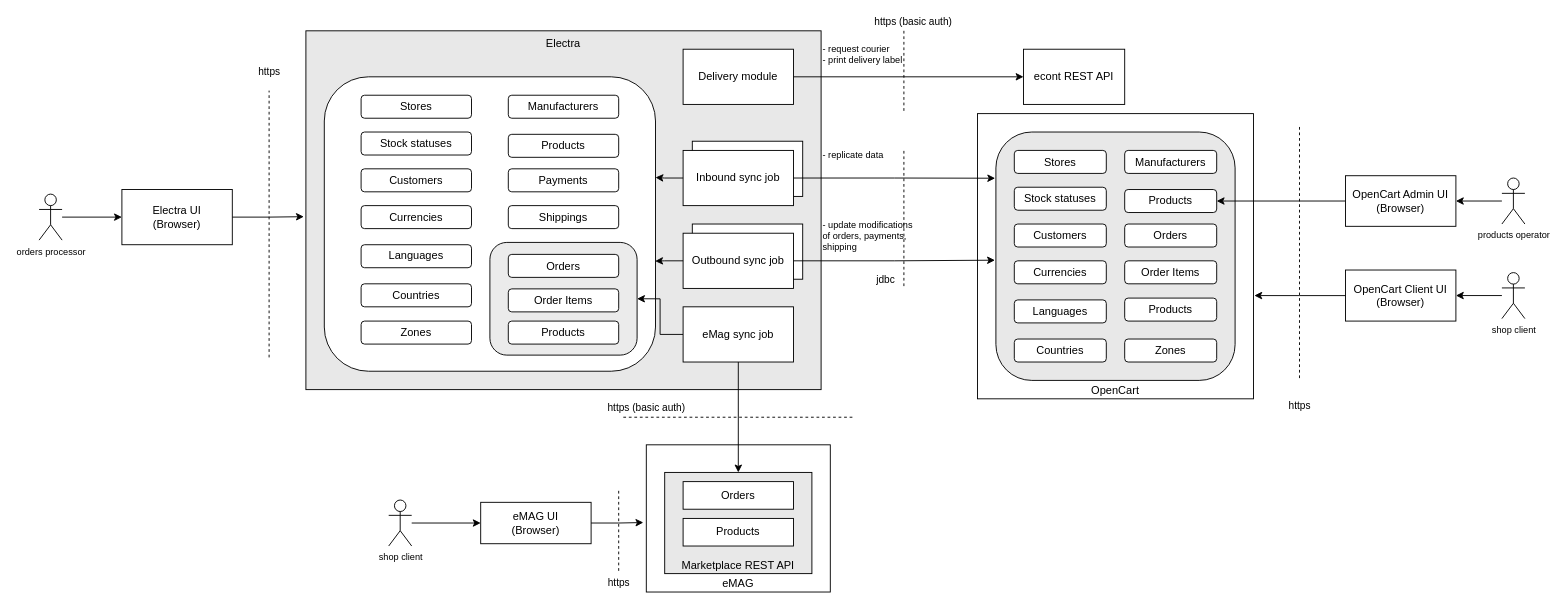
Above: misc/design/electra.drawio in codbex/codbex-electra (draw.io), before the change. Source tidied: cells renumbered, new cells numbered last; positions are measured from the earlier drawing's top-left corner, leaving out a move shared by most shapes. Both pictures are drawn from the tidied source at 92%, with x=0, y=0 at pixel (39, 30).
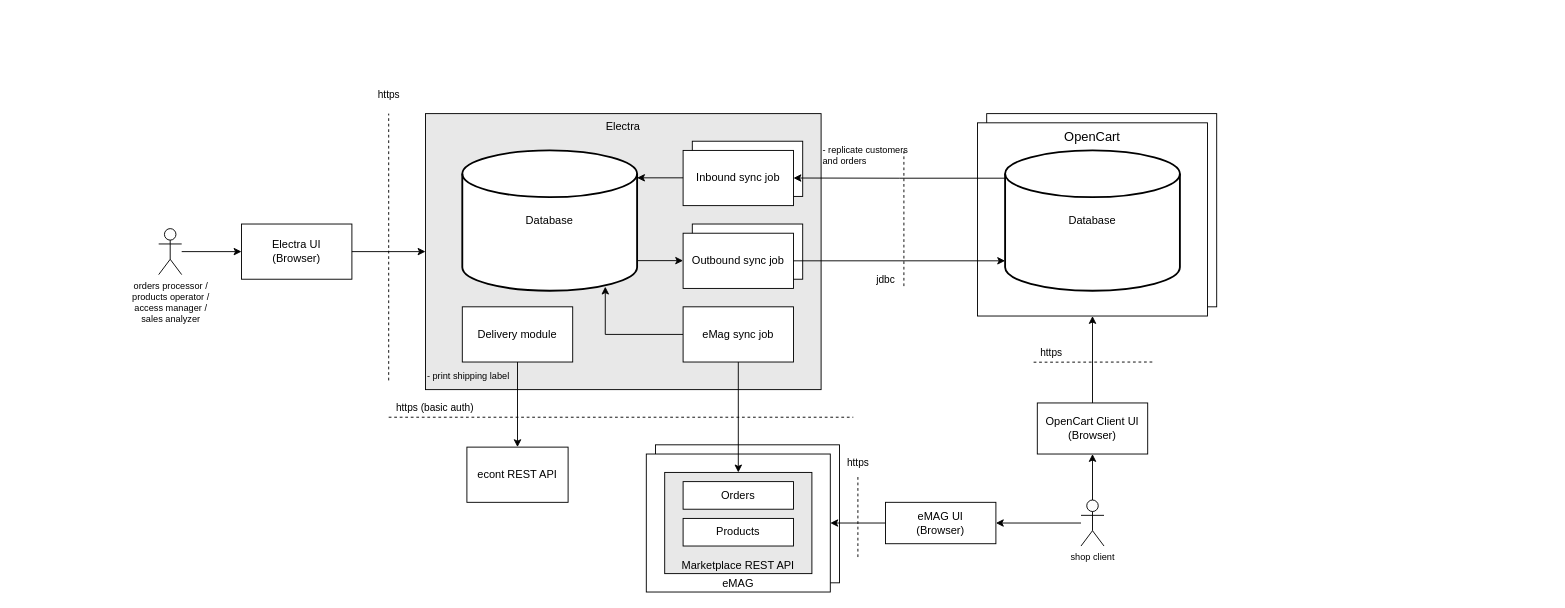
After the change.

The change refers to these unchanged cells:
```xml
<mxCell id="17" value="Inbound sync job" style="rounded=0;whiteSpace=wrap;html=1;" parent="1" vertex="1">
  <mxGeometry x="700" y="130" width="120" height="60" as="geometry" />
</mxCell>
<mxCell id="20" value="eMag sync job" style="rounded=0;whiteSpace=wrap;html=1;" parent="1" vertex="1">
  <mxGeometry x="700" y="300" width="120" height="60" as="geometry" />
</mxCell>
```

Diff of the diagram source:
```diff
@@
+    <mxCell id="76" style="rounded=0;whiteSpace=wrap;html=1;verticalAlign=bottom;" parent="1" vertex="1">
+      <mxGeometry x="670" y="450" width="200" height="150" as="geometry" />
+    </mxCell>
+    <mxCell id="77" style="rounded=0;whiteSpace=wrap;html=1;verticalAlign=bottom;" parent="1" vertex="1">
+      <mxGeometry x="1030" y="90" width="250" height="210" as="geometry" />
+    </mxCell>
     <mxCell id="2" value="Electra" style="rounded=0;whiteSpace=wrap;html=1;verticalAlign=top;labelBackgroundColor=none;fillColor=#E8E8E8;strokeColor=default;gradientColor=none;" parent="1" vertex="1">
-      <mxGeometry x="290" width="560" height="390" as="geometry" />
+      <mxGeometry x="420" y="90" width="430" height="300" as="geometry" />
     </mxCell>
-    <mxCell id="3" style="rounded=1;whiteSpace=wrap;html=1;verticalAlign=top;fillColor=default;" parent="1" vertex="1">
-      <mxGeometry x="310" y="50" width="360" height="320" as="geometry" />
-    </mxCell>
@@
     <mxCell id="6" value="eMAG" style="rounded=0;whiteSpace=wrap;html=1;verticalAlign=bottom;" parent="1" vertex="1">
-      <mxGeometry x="660" y="450" width="200" height="160" as="geometry" />
+      <mxGeometry x="660" y="460" width="200" height="150" as="geometry" />
     </mxCell>
@@
-    <mxCell id="10" style="rounded=1;whiteSpace=wrap;html=1;verticalAlign=top;fillColor=#EBEBEB;gradientColor=none;" parent="1" vertex="1">
-      <mxGeometry x="490" y="230" width="160" height="122.5" as="geometry" />
-    </mxCell>
+    <mxCell id="15" value="Outbound sync job" style="rounded=0;whiteSpace=wrap;html=1;" parent="1" vertex="1">
+      <mxGeometry x="700" y="220" width="120" height="60" as="geometry" />
+    </mxCell>
-    <mxCell id="11" value="OpenCart" style="rounded=0;whiteSpace=wrap;html=1;verticalAlign=bottom;" parent="1" vertex="1">
-      <mxGeometry x="1020" y="90" width="300" height="310" as="geometry" />
+    <mxCell id="11" value="OpenCart" style="rounded=0;whiteSpace=wrap;html=1;verticalAlign=top;fontSize=14;" parent="1" vertex="1">
+      <mxGeometry x="1020" y="100" width="250" height="210" as="geometry" />
     </mxCell>
-    <mxCell id="12" style="edgeStyle=orthogonalEdgeStyle;rounded=0;jettySize=auto;html=1;entryX=1;entryY=0.5;entryDx=0;entryDy=0;" parent="1" edge="1" source="13" target="73">
-      <mxGeometry relative="1" as="geometry" />
-    </mxCell>
-    <mxCell id="13" value="products operator" style="shape=umlActor;verticalLabelPosition=bottom;verticalAlign=top;html=1;outlineConnect=0;fontSize=10;" parent="1" vertex="1">
-      <mxGeometry x="1590" y="160" width="25" height="50" as="geometry" />
-    </mxCell>
-    <mxCell id="14" style="edgeStyle=orthogonalEdgeStyle;rounded=0;jettySize=auto;html=1;entryX=-0.004;entryY=0.516;entryDx=0;entryDy=0;entryPerimeter=0;" parent="1" edge="1" source="15" target="55">
-      <mxGeometry relative="1" as="geometry" />
-    </mxCell>
-    <mxCell id="15" value="Outbound sync job" style="rounded=0;whiteSpace=wrap;html=1;" parent="1" vertex="1">
-      <mxGeometry x="700" y="220" width="120" height="60" as="geometry" />
-    </mxCell>
-    <mxCell id="16" style="edgeStyle=orthogonalEdgeStyle;rounded=0;jettySize=auto;html=1;entryX=-0.003;entryY=0.186;entryDx=0;entryDy=0;entryPerimeter=0;" parent="1" edge="1" source="17" target="55">
-      <mxGeometry x="0.09" y="20" relative="1" as="geometry" />
-    </mxCell>
@@
-    <mxCell id="19" style="edgeStyle=orthogonalEdgeStyle;rounded=0;jettySize=auto;html=1;entryX=1;entryY=0.5;entryDx=0;entryDy=0;" parent="1" edge="1" source="20" target="10">
+    <mxCell id="19" style="edgeStyle=orthogonalEdgeStyle;rounded=0;jettySize=auto;html=1;entryX=0.818;entryY=0.971;entryDx=0;entryDy=0;entryPerimeter=0;" parent="1" edge="1" source="20" target="82">
       <mxGeometry relative="1" as="geometry" />
     </mxCell>
@@
     <mxCell id="21" value="Electra UI&lt;br&gt;(Browser)" style="rounded=0;whiteSpace=wrap;html=1;" parent="1" vertex="1">
-      <mxGeometry x="90" y="172.5" width="120" height="60" as="geometry" />
+      <mxGeometry x="220" y="210" width="120" height="60" as="geometry" />
     </mxCell>
     <mxCell id="22" value="https" style="endArrow=none;dashed=1;html=1;rounded=0;verticalAlign=middle;" parent="1" edge="1">
       <mxGeometry x="1" y="20" relative="1" as="geometry">
-        <mxPoint x="250" y="355" as="sourcePoint" />
-        <mxPoint x="250" y="65" as="targetPoint" />
+        <mxPoint x="380" y="380" as="sourcePoint" />
+        <mxPoint x="380" y="90" as="targetPoint" />
         <mxPoint x="20" y="-20" as="offset" />
       </mxGeometry>
     </mxCell>
     <mxCell id="23" value="https" style="endArrow=none;dashed=1;html=1;rounded=0;verticalAlign=middle;" parent="1" edge="1">
-      <mxGeometry x="-1" y="-30" relative="1" as="geometry">
-        <mxPoint x="1370" y="377.5" as="sourcePoint" />
-        <mxPoint x="1370" y="102.5" as="targetPoint" />
-        <mxPoint x="-30" y="30" as="offset" />
+      <mxGeometry x="0.69" y="-10" relative="1" as="geometry">
+        <mxPoint x="1210" y="360" as="sourcePoint" />
+        <mxPoint x="1080" y="360.2" as="targetPoint" />
       </mxGeometry>
     </mxCell>
@@
     <mxCell id="25" value="https (basic auth)" style="endArrow=none;dashed=1;html=1;rounded=0;verticalAlign=middle;" parent="1" edge="1">
       <mxGeometry x="-0.8" y="10" relative="1" as="geometry">
-        <mxPoint x="635" y="420" as="sourcePoint" />
+        <mxPoint x="380" y="420" as="sourcePoint" />
         <mxPoint x="885" y="420" as="targetPoint" />
       </mxGeometry>
     </mxCell>
-    <mxCell id="26" value="- replicate data" style="text;html=1;strokeColor=none;fillColor=none;align=left;verticalAlign=middle;whiteSpace=wrap;rounded=0;fontSize=10;" parent="1" vertex="1">
+    <mxCell id="26" value="- replicate customers&lt;br&gt;and orders" style="text;html=1;strokeColor=none;fillColor=none;align=left;verticalAlign=middle;whiteSpace=wrap;rounded=0;fontSize=10;" parent="1" vertex="1">
       <mxGeometry x="850" y="120" width="130" height="30" as="geometry" />
     </mxCell>
-    <mxCell id="27" value="- update modifications of orders, payments, shipping" style="text;html=1;strokeColor=none;fillColor=none;align=left;verticalAlign=middle;whiteSpace=wrap;rounded=0;fontSize=10;" parent="1" vertex="1">
-      <mxGeometry x="850" y="187.5" width="110" height="70" as="geometry" />
-    </mxCell>
+    <mxCell id="70" style="edgeStyle=orthogonalEdgeStyle;rounded=0;jettySize=auto;html=1;entryX=1;entryY=0.5;entryDx=0;entryDy=0;" parent="1" edge="1" source="28" target="6">
+      <mxGeometry relative="1" as="geometry" />
+    </mxCell>
     <mxCell id="28" value="eMAG UI&lt;br&gt;(Browser)" style="rounded=0;whiteSpace=wrap;html=1;" parent="1" vertex="1">
-      <mxGeometry x="480" y="512.5" width="120" height="45" as="geometry" />
+      <mxGeometry x="920" y="512.5" width="120" height="45" as="geometry" />
     </mxCell>
     <mxCell id="29" value="econt REST API" style="rounded=0;whiteSpace=wrap;html=1;" parent="1" vertex="1">
-      <mxGeometry x="1070" y="20" width="110" height="60" as="geometry" />
+      <mxGeometry x="465" y="452.5" width="110" height="60" as="geometry" />
     </mxCell>
     <mxCell id="30" value="Delivery module" style="rounded=0;whiteSpace=wrap;html=1;" parent="1" vertex="1">
-      <mxGeometry x="700" y="20" width="120" height="60" as="geometry" />
+      <mxGeometry x="460" y="300" width="120" height="60" as="geometry" />
     </mxCell>
-    <mxCell id="31" value="https (basic auth)" style="endArrow=none;dashed=1;html=1;rounded=0;verticalAlign=middle;" parent="1" edge="1">
-      <mxGeometry x="-1" y="14" relative="1" as="geometry">
-        <mxPoint x="940" as="sourcePoint" />
-        <mxPoint x="940" y="90" as="targetPoint" />
-        <mxPoint x="-4" y="-10" as="offset" />
-      </mxGeometry>
-    </mxCell>
@@
-    <mxCell id="33" value="- request courier&lt;br&gt;- print delivery label" style="text;html=1;strokeColor=none;fillColor=none;align=left;verticalAlign=middle;whiteSpace=wrap;rounded=0;fontSize=10;" parent="1" vertex="1">
-      <mxGeometry x="850" y="10" width="130" height="30" as="geometry" />
+    <mxCell id="33" value="- print shipping label" style="text;html=1;strokeColor=none;fillColor=none;align=left;verticalAlign=middle;whiteSpace=wrap;rounded=0;fontSize=10;" parent="1" vertex="1">
+      <mxGeometry x="420" y="360" width="130" height="30" as="geometry" />
     </mxCell>
@@
+    <mxCell id="78" style="edgeStyle=orthogonalEdgeStyle;rounded=0;jettySize=auto;html=1;entryX=0.5;entryY=1;entryDx=0;entryDy=0;" parent="1" edge="1" source="35" target="74">
+      <mxGeometry relative="1" as="geometry" />
+    </mxCell>
     <mxCell id="35" value="shop client" style="shape=umlActor;verticalLabelPosition=bottom;verticalAlign=top;html=1;outlineConnect=0;fontSize=10;" parent="1" vertex="1">
-      <mxGeometry x="380" y="510" width="25" height="50" as="geometry" />
+      <mxGeometry x="1132.5" y="510" width="25" height="50" as="geometry" />
     </mxCell>
@@
-    <mxCell id="37" value="orders processor" style="shape=umlActor;verticalLabelPosition=bottom;verticalAlign=top;html=1;outlineConnect=0;fontSize=10;" parent="1" vertex="1">
-      <mxGeometry y="177.5" width="25" height="50" as="geometry" />
+    <mxCell id="37" value="orders processor /&lt;br&gt;products operator /&lt;br&gt;access manager /&lt;br&gt;sales analyzer" style="shape=umlActor;verticalLabelPosition=bottom;verticalAlign=top;html=1;outlineConnect=0;fontSize=10;" parent="1" vertex="1">
+      <mxGeometry x="130" y="215" width="25" height="50" as="geometry" />
     </mxCell>
-    <mxCell id="38" value="Products" style="rounded=1;whiteSpace=wrap;html=1;" parent="1" vertex="1">
-      <mxGeometry x="510" y="112.5" width="120" height="25" as="geometry" />
-    </mxCell>
-    <mxCell id="39" value="Manufacturers" style="rounded=1;whiteSpace=wrap;html=1;" parent="1" vertex="1">
-      <mxGeometry x="510" y="70" width="120" height="25" as="geometry" />
-    </mxCell>
-    <mxCell id="40" value="Payments" style="rounded=1;whiteSpace=wrap;html=1;" parent="1" vertex="1">
-      <mxGeometry x="510" y="150" width="120" height="25" as="geometry" />
-    </mxCell>
-    <mxCell id="41" value="Shippings" style="rounded=1;whiteSpace=wrap;html=1;" parent="1" vertex="1">
-      <mxGeometry x="510" y="190" width="120" height="25" as="geometry" />
-    </mxCell>
-    <mxCell id="42" value="Customers" style="rounded=1;whiteSpace=wrap;html=1;" parent="1" vertex="1">
-      <mxGeometry x="350" y="150" width="120" height="25" as="geometry" />
-    </mxCell>
-    <mxCell id="43" value="Currencies" style="rounded=1;whiteSpace=wrap;html=1;" parent="1" vertex="1">
-      <mxGeometry x="350" y="190" width="120" height="25" as="geometry" />
-    </mxCell>
-    <mxCell id="44" value="Languages" style="rounded=1;whiteSpace=wrap;html=1;" parent="1" vertex="1">
-      <mxGeometry x="350" y="232.5" width="120" height="25" as="geometry" />
-    </mxCell>
-    <mxCell id="45" value="Countries" style="rounded=1;whiteSpace=wrap;html=1;" parent="1" vertex="1">
-      <mxGeometry x="350" y="275" width="120" height="25" as="geometry" />
-    </mxCell>
-    <mxCell id="46" value="Stock statuses" style="rounded=1;whiteSpace=wrap;html=1;" parent="1" vertex="1">
-      <mxGeometry x="350" y="110" width="120" height="25" as="geometry" />
-    </mxCell>
-    <mxCell id="47" value="Stores" style="rounded=1;whiteSpace=wrap;html=1;" parent="1" vertex="1">
-      <mxGeometry x="350" y="70" width="120" height="25" as="geometry" />
-    </mxCell>
-    <mxCell id="48" value="Zones" style="rounded=1;whiteSpace=wrap;html=1;" parent="1" vertex="1">
-      <mxGeometry x="350" y="315.5" width="120" height="25" as="geometry" />
-    </mxCell>
-    <mxCell id="49" value="Orders" style="rounded=1;whiteSpace=wrap;html=1;" parent="1" vertex="1">
-      <mxGeometry x="510" y="243" width="120" height="25" as="geometry" />
-    </mxCell>
-    <mxCell id="50" value="Products" style="rounded=1;whiteSpace=wrap;html=1;" parent="1" vertex="1">
-      <mxGeometry x="510" y="315.5" width="120" height="25" as="geometry" />
-    </mxCell>
-    <mxCell id="51" value="Order Items" style="rounded=1;whiteSpace=wrap;html=1;" parent="1" vertex="1">
-      <mxGeometry x="510" y="280.5" width="120" height="25" as="geometry" />
-    </mxCell>
-    <mxCell id="52" style="edgeStyle=orthogonalEdgeStyle;rounded=0;jettySize=auto;html=1;entryX=0.999;entryY=0.626;entryDx=0;entryDy=0;entryPerimeter=0;" parent="1" edge="1" source="15" target="3">
-      <mxGeometry relative="1" as="geometry" />
-    </mxCell>
-    <mxCell id="53" style="edgeStyle=orthogonalEdgeStyle;rounded=0;jettySize=auto;html=1;entryX=-0.004;entryY=0.518;entryDx=0;entryDy=0;entryPerimeter=0;" parent="1" edge="1" source="21" target="2">
+    <mxCell id="53" style="edgeStyle=orthogonalEdgeStyle;rounded=0;jettySize=auto;html=1;entryX=0;entryY=0.5;entryDx=0;entryDy=0;" parent="1" edge="1" source="21" target="2">
       <mxGeometry relative="1" as="geometry" />
     </mxCell>
-    <mxCell id="54" style="edgeStyle=orthogonalEdgeStyle;rounded=0;jettySize=auto;html=1;entryX=1;entryY=0.342;entryDx=0;entryDy=0;entryPerimeter=0;" parent="1" edge="1" source="17" target="3">
-      <mxGeometry relative="1" as="geometry" />
-    </mxCell>
-    <mxCell id="55" style="rounded=1;whiteSpace=wrap;html=1;verticalAlign=top;fillColor=#E8E8E8;" parent="1" vertex="1">
-      <mxGeometry x="1040" y="110" width="260" height="270" as="geometry" />
-    </mxCell>
-    <mxCell id="56" value="Products" style="rounded=1;whiteSpace=wrap;html=1;" parent="1" vertex="1">
-      <mxGeometry x="1180" y="172.5" width="100" height="25" as="geometry" />
-    </mxCell>
-    <mxCell id="57" value="Manufacturers" style="rounded=1;whiteSpace=wrap;html=1;" parent="1" vertex="1">
-      <mxGeometry x="1180" y="130" width="100" height="25" as="geometry" />
-    </mxCell>
-    <mxCell id="58" value="Customers" style="rounded=1;whiteSpace=wrap;html=1;" parent="1" vertex="1">
-      <mxGeometry x="1060" y="210" width="100" height="25" as="geometry" />
-    </mxCell>
-    <mxCell id="59" value="Currencies" style="rounded=1;whiteSpace=wrap;html=1;" parent="1" vertex="1">
-      <mxGeometry x="1060" y="250" width="100" height="25" as="geometry" />
-    </mxCell>
-    <mxCell id="60" value="Languages" style="rounded=1;whiteSpace=wrap;html=1;" parent="1" vertex="1">
-      <mxGeometry x="1060" y="292.5" width="100" height="25" as="geometry" />
-    </mxCell>
-    <mxCell id="61" value="Countries" style="rounded=1;whiteSpace=wrap;html=1;" parent="1" vertex="1">
-      <mxGeometry x="1060" y="335" width="100" height="25" as="geometry" />
-    </mxCell>
-    <mxCell id="62" value="Stock statuses" style="rounded=1;whiteSpace=wrap;html=1;" parent="1" vertex="1">
-      <mxGeometry x="1060" y="170" width="100" height="25" as="geometry" />
-    </mxCell>
-    <mxCell id="63" value="Stores" style="rounded=1;whiteSpace=wrap;html=1;" parent="1" vertex="1">
-      <mxGeometry x="1060" y="130" width="100" height="25" as="geometry" />
-    </mxCell>
-    <mxCell id="64" value="Zones" style="rounded=1;whiteSpace=wrap;html=1;" parent="1" vertex="1">
-      <mxGeometry x="1180" y="335" width="100" height="25" as="geometry" />
-    </mxCell>
-    <mxCell id="65" value="Orders" style="rounded=1;whiteSpace=wrap;html=1;" parent="1" vertex="1">
-      <mxGeometry x="1180" y="210" width="100" height="25" as="geometry" />
-    </mxCell>
-    <mxCell id="66" value="Products" style="rounded=1;whiteSpace=wrap;html=1;" parent="1" vertex="1">
-      <mxGeometry x="1180" y="290.5" width="100" height="25" as="geometry" />
-    </mxCell>
-    <mxCell id="67" value="Order Items" style="rounded=1;whiteSpace=wrap;html=1;" parent="1" vertex="1">
-      <mxGeometry x="1180" y="250" width="100" height="25" as="geometry" />
-    </mxCell>
-    <mxCell id="68" style="edgeStyle=orthogonalEdgeStyle;rounded=0;jettySize=auto;html=1;entryX=1;entryY=0.5;entryDx=0;entryDy=0;" parent="1" edge="1" source="69" target="74">
-      <mxGeometry relative="1" as="geometry" />
-    </mxCell>
-    <mxCell id="69" value="shop client" style="shape=umlActor;verticalLabelPosition=bottom;verticalAlign=top;html=1;outlineConnect=0;fontSize=10;" parent="1" vertex="1">
-      <mxGeometry x="1590" y="262.8" width="25" height="50" as="geometry" />
-    </mxCell>
-    <mxCell id="70" style="edgeStyle=orthogonalEdgeStyle;rounded=0;jettySize=auto;html=1;entryX=-0.016;entryY=0.528;entryDx=0;entryDy=0;entryPerimeter=0;" parent="1" edge="1" source="28" target="6">
-      <mxGeometry relative="1" as="geometry" />
-    </mxCell>
     <mxCell id="71" value="https" style="endArrow=none;dashed=1;html=1;rounded=0;verticalAlign=middle;" parent="1" edge="1">
-      <mxGeometry x="1" y="10" relative="1" as="geometry">
-        <mxPoint x="630" y="500" as="sourcePoint" />
-        <mxPoint x="630" y="590" as="targetPoint" />
-        <mxPoint x="-10" y="10" as="offset" />
+      <mxGeometry x="-1" y="-15" relative="1" as="geometry">
+        <mxPoint x="890" y="485" as="sourcePoint" />
+        <mxPoint x="890" y="575" as="targetPoint" />
+        <mxPoint x="15" y="-15" as="offset" />
       </mxGeometry>
     </mxCell>
-    <mxCell id="72" style="edgeStyle=orthogonalEdgeStyle;rounded=0;jettySize=auto;html=1;entryX=1;entryY=0.5;entryDx=0;entryDy=0;" parent="1" edge="1" source="73" target="56">
-      <mxGeometry relative="1" as="geometry" />
-    </mxCell>
-    <mxCell id="73" value="OpenCart Admin UI&lt;br style=&quot;border-color: var(--border-color);&quot;&gt;(Browser)" style="rounded=0;whiteSpace=wrap;html=1;" parent="1" vertex="1">
-      <mxGeometry x="1420" y="157.5" width="120" height="55" as="geometry" />
-    </mxCell>
     <mxCell id="74" value="OpenCart Client UI&lt;br style=&quot;border-color: var(--border-color);&quot;&gt;(Browser)" style="rounded=0;whiteSpace=wrap;html=1;" parent="1" vertex="1">
-      <mxGeometry x="1420" y="260" width="120" height="55.5" as="geometry" />
+      <mxGeometry x="1085" y="404.5" width="120" height="55.5" as="geometry" />
     </mxCell>
-    <mxCell id="75" style="edgeStyle=orthogonalEdgeStyle;rounded=0;jettySize=auto;html=1;entryX=1.003;entryY=0.638;entryDx=0;entryDy=0;entryPerimeter=0;" parent="1" edge="1" source="74" target="11">
+    <mxCell id="75" style="edgeStyle=orthogonalEdgeStyle;rounded=0;jettySize=auto;html=1;entryX=0.5;entryY=1;entryDx=0;entryDy=0;" parent="1" edge="1" source="74" target="11">
       <mxGeometry relative="1" as="geometry" />
     </mxCell>
+    <mxCell id="79" style="edgeStyle=orthogonalEdgeStyle;rounded=0;jettySize=auto;html=1;entryX=1;entryY=0.5;entryDx=0;entryDy=0;exitX=0.007;exitY=0.198;exitDx=0;exitDy=0;exitPerimeter=0;" parent="1" edge="1" source="80" target="17">
+      <mxGeometry relative="1" as="geometry" />
+    </mxCell>
+    <mxCell id="80" value="Database" style="strokeWidth=2;html=1;shape=mxgraph.flowchart.database;whiteSpace=wrap;verticalAlign=middle;fontSize=12;" parent="1" vertex="1">
+      <mxGeometry x="1050" y="130" width="190" height="152.5" as="geometry" />
+    </mxCell>
+    <mxCell id="81" style="edgeStyle=orthogonalEdgeStyle;rounded=0;jettySize=auto;html=1;" parent="1" edge="1" source="15">
+      <mxGeometry relative="1" as="geometry">
+        <mxPoint x="1050" y="250" as="targetPoint" />
+        <Array as="points">
+          <mxPoint x="1050" y="250" />
+        </Array>
+      </mxGeometry>
+    </mxCell>
+    <mxCell id="82" value="Database" style="strokeWidth=2;html=1;shape=mxgraph.flowchart.database;whiteSpace=wrap;verticalAlign=middle;fontSize=12;" parent="1" vertex="1">
+      <mxGeometry x="460" y="130" width="190" height="152.5" as="geometry" />
+    </mxCell>
+    <mxCell id="83" style="edgeStyle=orthogonalEdgeStyle;rounded=0;orthogonalLoop=1;jettySize=auto;html=1;entryX=0;entryY=0.5;entryDx=0;entryDy=0;exitX=0.998;exitY=0.197;exitDx=0;exitDy=0;exitPerimeter=0;" parent="1" edge="1">
+      <mxGeometry relative="1" as="geometry">
+        <mxPoint x="650" y="249.8" as="sourcePoint" />
+        <mxPoint x="700" y="249.8" as="targetPoint" />
+      </mxGeometry>
+    </mxCell>
+    <mxCell id="84" style="edgeStyle=orthogonalEdgeStyle;rounded=0;orthogonalLoop=1;jettySize=auto;html=1;entryX=0.998;entryY=0.789;entryDx=0;entryDy=0;entryPerimeter=0;" parent="1" edge="1">
+      <mxGeometry relative="1" as="geometry">
+        <mxPoint x="700" y="159.8" as="sourcePoint" />
+        <mxPoint x="650" y="159.8" as="targetPoint" />
+      </mxGeometry>
+    </mxCell>
```
